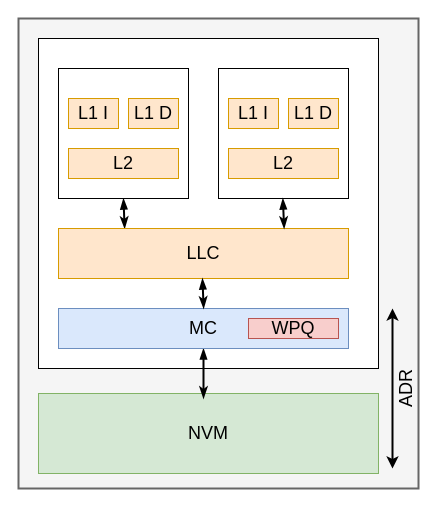
Earlier version of the draw.io diagram arch_diagram.drawio (arunkp1986/CAR3S). Source tidied: cells renumbered, new cells numbered last; positions are measured from the earlier drawing's top-left corner, leaving out a move shared by most shapes. Both pictures are drawn from the tidied source at 100%, with x=0, y=0 at pixel (18, 18).
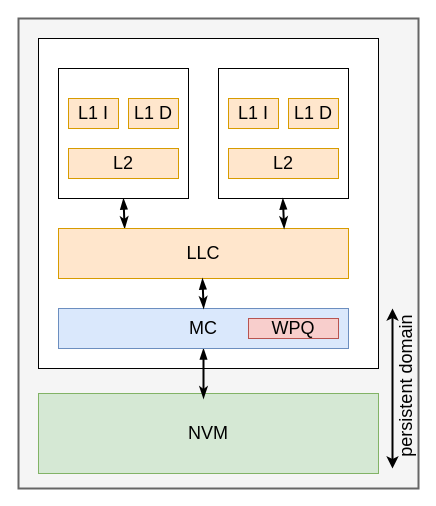
The same diagram, later.

Diff of the diagram source:
```diff
@@
-    <mxCell id="21" value="ADR" style="text;html=1;strokeColor=none;fillColor=none;align=center;verticalAlign=middle;whiteSpace=wrap;rounded=0;fontSize=18;rotation=270;" parent="1" vertex="1">
-      <mxGeometry x="368" y="360" width="40" height="20" as="geometry" />
+    <mxCell id="21" value="persistent domain" style="text;html=1;strokeColor=none;fillColor=none;align=center;verticalAlign=middle;whiteSpace=wrap;rounded=0;fontSize=18;rotation=270;" parent="1" vertex="1">
+      <mxGeometry x="304.2" y="357.6" width="167.6" height="20" as="geometry" />
     </mxCell>
```
